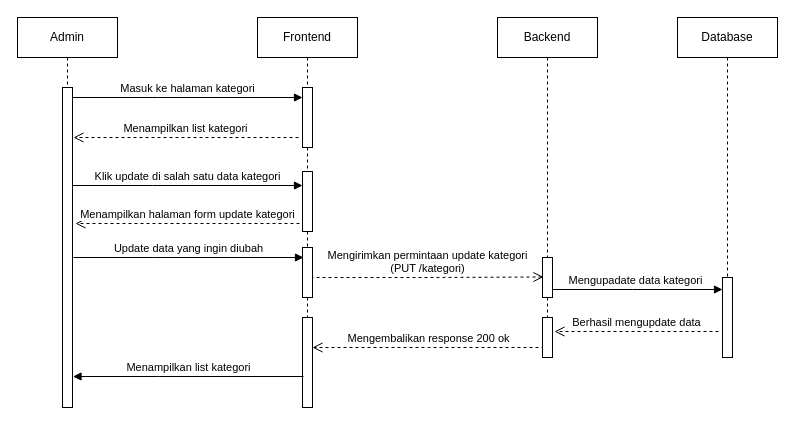
Earlier version of the draw.io diagram page "Halaman-4" (4 of 4) of Sequence.drawio (sintariaulia/Diagram). Source tidied: cells renumbered, new cells numbered last; positions are measured from the earlier drawing's top-left corner, leaving out a move shared by most shapes. Both pictures are drawn from the tidied source at 100%, with x=0, y=0 at pixel (17, 17).
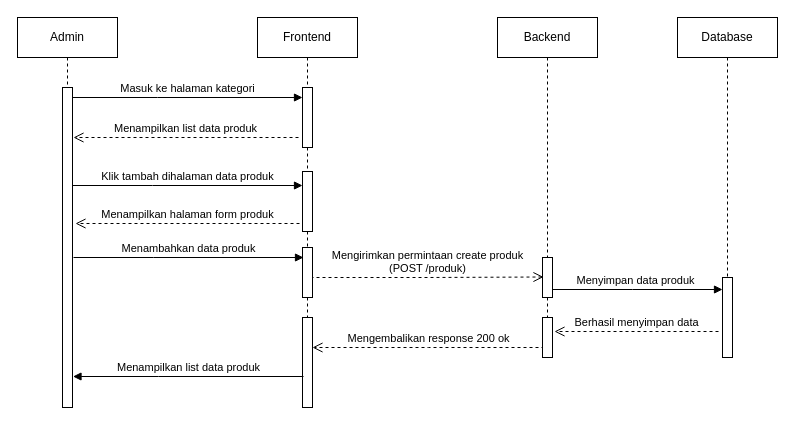
After the change.

Commit message:
Pemutakhiran Sequence produk.drawio

What changed in the source:
```diff
@@
-    <mxCell id="3" value="Mengupadate data kategori" style="html=1;verticalAlign=bottom;endArrow=block;edgeStyle=elbowEdgeStyle;elbow=horizontal;curved=0;rounded=0;" parent="1" edge="1">
-      <mxGeometry relative="1" as="geometry">
-        <mxPoint x="530" y="272" as="sourcePoint" />
-        <mxPoint x="705" y="272" as="targetPoint" />
-        <Array as="points">
-          <mxPoint x="615" y="272" />
-        </Array>
-      </mxGeometry>
-    </mxCell>
-    <mxCell id="4" value="Mengirimkan permintaan update kategori&lt;br&gt;(PUT /kategori)" style="html=1;verticalAlign=bottom;endArrow=open;dashed=1;endSize=8;edgeStyle=elbowEdgeStyle;elbow=horizontal;curved=0;rounded=0;entryX=-0.2;entryY=0.37;entryDx=0;entryDy=0;entryPerimeter=0;" parent="1" edge="1">
-      <mxGeometry relative="1" as="geometry">
-        <mxPoint x="293" y="260" as="sourcePoint" />
-        <mxPoint x="526" y="259.5" as="targetPoint" />
-      </mxGeometry>
-    </mxCell>
+    <mxCell id="24" value="Menyimpan data produk" style="html=1;verticalAlign=bottom;endArrow=block;edgeStyle=elbowEdgeStyle;elbow=horizontal;curved=0;rounded=0;" parent="1" edge="1">
+      <mxGeometry relative="1" as="geometry">
+        <mxPoint x="530" y="272" as="sourcePoint" />
+        <mxPoint x="705" y="272" as="targetPoint" />
+        <Array as="points">
+          <mxPoint x="615" y="272" />
+        </Array>
+      </mxGeometry>
+    </mxCell>
+    <mxCell id="25" value="Mengirimkan permintaan create produk&lt;br&gt;(POST /produk)" style="html=1;verticalAlign=bottom;endArrow=open;dashed=1;endSize=8;edgeStyle=elbowEdgeStyle;elbow=horizontal;curved=0;rounded=0;entryX=-0.2;entryY=0.37;entryDx=0;entryDy=0;entryPerimeter=0;" parent="1" edge="1">
+      <mxGeometry relative="1" as="geometry">
+        <mxPoint x="293" y="260" as="sourcePoint" />
+        <mxPoint x="526" y="259.5" as="targetPoint" />
+      </mxGeometry>
+    </mxCell>
@@
-    <mxCell id="13" value="Menampilkan halaman form update kategori" style="html=1;verticalAlign=bottom;endArrow=open;dashed=1;endSize=8;edgeStyle=elbowEdgeStyle;elbow=horizontal;curved=0;rounded=0;" parent="1" edge="1">
-      <mxGeometry relative="1" as="geometry">
-        <mxPoint x="282" y="206" as="sourcePoint" />
-        <mxPoint x="58" y="206" as="targetPoint" />
-      </mxGeometry>
-    </mxCell>
+    <mxCell id="26" value="Menampilkan halaman form produk" style="html=1;verticalAlign=bottom;endArrow=open;dashed=1;endSize=8;edgeStyle=elbowEdgeStyle;elbow=horizontal;curved=0;rounded=0;" parent="1" edge="1">
+      <mxGeometry relative="1" as="geometry">
+        <mxPoint x="282" y="206" as="sourcePoint" />
+        <mxPoint x="58" y="206" as="targetPoint" />
+      </mxGeometry>
+    </mxCell>
@@
-    <mxCell id="19" value="Menampilkan list kategori" style="html=1;verticalAlign=bottom;endArrow=open;dashed=1;endSize=8;edgeStyle=elbowEdgeStyle;elbow=vertical;curved=0;rounded=0;" parent="1" edge="1">
-      <mxGeometry relative="1" as="geometry">
-        <mxPoint x="281" y="120" as="sourcePoint" />
-        <mxPoint x="56" y="120" as="targetPoint" />
-      </mxGeometry>
-    </mxCell>
-    <mxCell id="20" value="Klik update di salah satu data kategori" style="html=1;verticalAlign=bottom;endArrow=block;edgeStyle=elbowEdgeStyle;elbow=horizontal;curved=0;rounded=0;" parent="1" edge="1">
-      <mxGeometry relative="1" as="geometry">
-        <mxPoint x="55" y="168" as="sourcePoint" />
-        <mxPoint x="285" y="168" as="targetPoint" />
-        <Array as="points">
-          <mxPoint x="135" y="168" />
-        </Array>
-      </mxGeometry>
-    </mxCell>
-    <mxCell id="21" value="Update data yang ingin diubah" style="html=1;verticalAlign=bottom;endArrow=block;edgeStyle=elbowEdgeStyle;elbow=horizontal;curved=0;rounded=0;" parent="1" edge="1">
-      <mxGeometry relative="1" as="geometry">
-        <mxPoint x="56" y="240" as="sourcePoint" />
-        <mxPoint x="286" y="240" as="targetPoint" />
-        <Array as="points">
-          <mxPoint x="136" y="240" />
-        </Array>
-      </mxGeometry>
-    </mxCell>
-    <mxCell id="22" value="Berhasil mengupdate data" style="html=1;verticalAlign=bottom;endArrow=open;dashed=1;endSize=8;edgeStyle=elbowEdgeStyle;elbow=vertical;curved=0;rounded=0;" parent="1" edge="1">
-      <mxGeometry relative="1" as="geometry">
-        <mxPoint x="701" y="314" as="sourcePoint" />
-        <mxPoint x="537" y="314" as="targetPoint" />
-      </mxGeometry>
-    </mxCell>
-    <mxCell id="23" value="Menampilkan list kategori" style="html=1;verticalAlign=bottom;endArrow=block;edgeStyle=elbowEdgeStyle;elbow=horizontal;curved=0;rounded=0;" parent="1" edge="1">
-      <mxGeometry relative="1" as="geometry">
-        <mxPoint x="286" y="359" as="sourcePoint" />
-        <mxPoint x="55.5" y="359" as="targetPoint" />
-        <Array as="points">
-          <mxPoint x="141" y="359" />
-        </Array>
-      </mxGeometry>
-    </mxCell>
+    <mxCell id="27" value="Menampilkan list data produk" style="html=1;verticalAlign=bottom;endArrow=open;dashed=1;endSize=8;edgeStyle=elbowEdgeStyle;elbow=vertical;curved=0;rounded=0;" parent="1" edge="1">
+      <mxGeometry relative="1" as="geometry">
+        <mxPoint x="281" y="120" as="sourcePoint" />
+        <mxPoint x="56" y="120" as="targetPoint" />
+      </mxGeometry>
+    </mxCell>
+    <mxCell id="28" value="Klik tambah dihalaman data produk" style="html=1;verticalAlign=bottom;endArrow=block;edgeStyle=elbowEdgeStyle;elbow=horizontal;curved=0;rounded=0;" parent="1" edge="1">
+      <mxGeometry relative="1" as="geometry">
+        <mxPoint x="55" y="168" as="sourcePoint" />
+        <mxPoint x="285" y="168" as="targetPoint" />
+        <Array as="points">
+          <mxPoint x="135" y="168" />
+        </Array>
+      </mxGeometry>
+    </mxCell>
+    <mxCell id="29" value="Menambahkan data produk" style="html=1;verticalAlign=bottom;endArrow=block;edgeStyle=elbowEdgeStyle;elbow=horizontal;curved=0;rounded=0;" parent="1" edge="1">
+      <mxGeometry relative="1" as="geometry">
+        <mxPoint x="56" y="240" as="sourcePoint" />
+        <mxPoint x="286" y="240" as="targetPoint" />
+        <Array as="points">
+          <mxPoint x="136" y="240" />
+        </Array>
+      </mxGeometry>
+    </mxCell>
+    <mxCell id="30" value="Berhasil menyimpan data" style="html=1;verticalAlign=bottom;endArrow=open;dashed=1;endSize=8;edgeStyle=elbowEdgeStyle;elbow=horizontal;curved=0;rounded=0;" parent="1" edge="1">
+      <mxGeometry relative="1" as="geometry">
+        <mxPoint x="701" y="314" as="sourcePoint" />
+        <mxPoint x="537" y="314" as="targetPoint" />
+      </mxGeometry>
+    </mxCell>
+    <mxCell id="31" value="Menampilkan list data produk" style="html=1;verticalAlign=bottom;endArrow=block;edgeStyle=elbowEdgeStyle;elbow=horizontal;curved=0;rounded=0;" parent="1" edge="1">
+      <mxGeometry relative="1" as="geometry">
+        <mxPoint x="286" y="359" as="sourcePoint" />
+        <mxPoint x="55.5" y="359" as="targetPoint" />
+        <Array as="points">
+          <mxPoint x="141" y="359" />
+        </Array>
+      </mxGeometry>
+    </mxCell>
```
